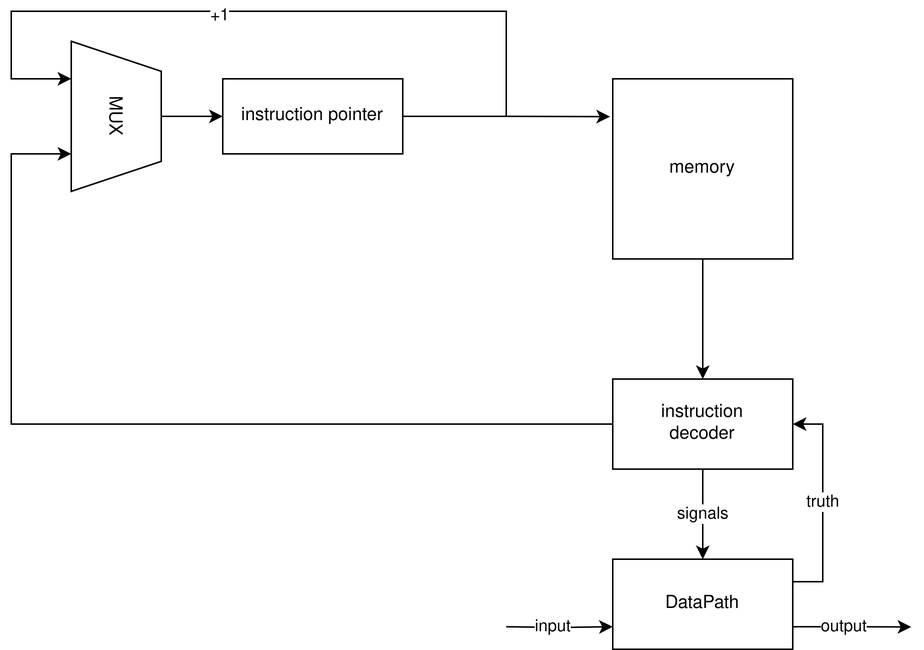
Above: diagrams/controlunit.drawio.png in sultanowskii/drum (draw.io), before the change. Source tidied: cells renumbered, new cells last; positions are measured from the earlier drawing's top-left corner, leaving out a move shared by most shapes.
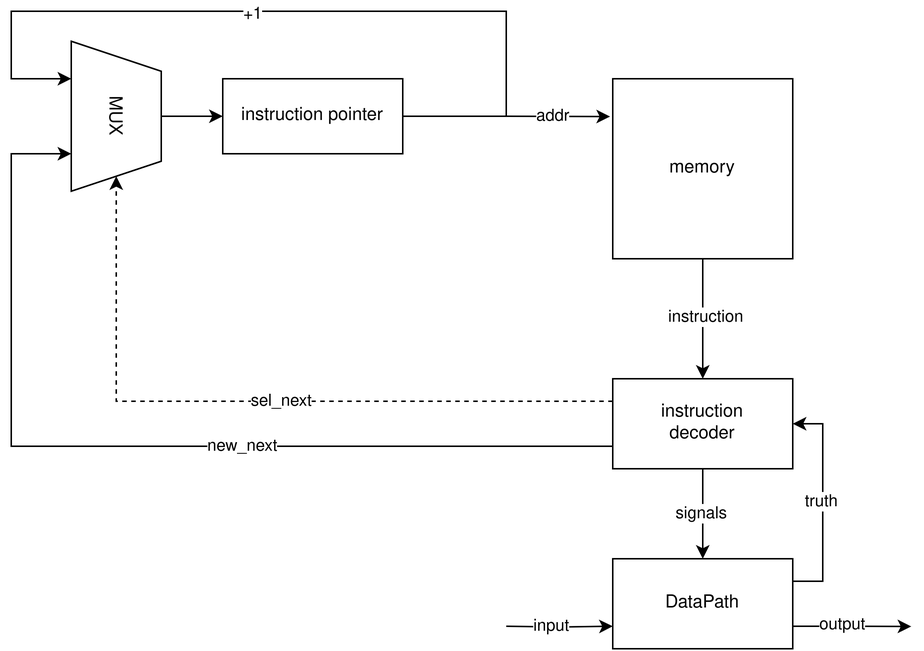
After the commit.

Commit message:
add report, add executed instruction counter, fix tests

What changed in the source:
```diff
@@ -13,7 +13,9 @@
       </mxGeometry>
     </mxCell>
     <mxCell id="3" value="+1" style="edgeLabel;html=1;align=center;verticalAlign=middle;" parent="2" vertex="1">
-      <mxGeometry x="0.2" y="2" relative="1" as="geometry" />
+      <mxGeometry x="0.2" y="2" relative="1" as="geometry">
+        <mxPoint x="22" as="offset" />
+      </mxGeometry>
     </mxCell>
     <mxCell id="4" value="instruction pointer" style="rounded=0;whiteSpace=wrap;html=1;" parent="1" vertex="1">
       <mxGeometry x="141" y="45" width="120" height="50" as="geometry" />
@@ -21,26 +23,41 @@
     <mxCell id="5" style="edgeStyle=orthogonalEdgeStyle;rounded=0;jettySize=auto;html=1;entryX=0.5;entryY=0;entryDx=0;entryDy=0;" parent="1" edge="1" source="6" target="11">
       <mxGeometry relative="1" as="geometry" />
     </mxCell>
+    <mxCell id="21" value="instruction" style="edgeLabel;html=1;align=center;verticalAlign=middle;" parent="5" vertex="1">
+      <mxGeometry x="-0.03" y="2" relative="1" as="geometry" />
+    </mxCell>
     <mxCell id="6" value="memory" style="rounded=0;whiteSpace=wrap;html=1;" parent="1" vertex="1">
       <mxGeometry x="401" y="45" width="120" height="120" as="geometry" />
     </mxCell>
     <mxCell id="7" style="edgeStyle=orthogonalEdgeStyle;rounded=0;jettySize=auto;html=1;entryX=-0.015;entryY=0.21;entryDx=0;entryDy=0;entryPerimeter=0;" parent="1" edge="1" source="4" target="6">
       <mxGeometry relative="1" as="geometry" />
     </mxCell>
+    <mxCell id="22" value="addr" style="edgeLabel;html=1;align=center;verticalAlign=middle;" parent="7" vertex="1">
+      <mxGeometry x="0.44" y="1" relative="1" as="geometry" />
+    </mxCell>
     <mxCell id="8" style="edgeStyle=orthogonalEdgeStyle;rounded=0;jettySize=auto;html=1;entryX=0.5;entryY=0;entryDx=0;entryDy=0;" parent="1" edge="1" source="11" target="16">
       <mxGeometry relative="1" as="geometry" />
     </mxCell>
     <mxCell id="9" value="signals" style="edgeLabel;html=1;align=center;verticalAlign=middle;" parent="8" vertex="1">
       <mxGeometry x="-0.03" y="-1" relative="1" as="geometry" />
     </mxCell>
-    <mxCell id="10" style="edgeStyle=orthogonalEdgeStyle;rounded=0;jettySize=auto;html=1;entryX=0.75;entryY=1;entryDx=0;entryDy=0;" parent="1" edge="1" source="11" target="18">
+    <mxCell id="10" style="edgeStyle=orthogonalEdgeStyle;rounded=0;jettySize=auto;html=1;entryX=0.75;entryY=1;entryDx=0;entryDy=0;exitX=0;exitY=0.75;exitDx=0;exitDy=0;" parent="1" edge="1" source="11" target="18">
       <mxGeometry relative="1" as="geometry">
         <Array as="points">
-          <mxPoint y="275" />
+          <mxPoint y="290" />
           <mxPoint y="95" />
         </Array>
       </mxGeometry>
     </mxCell>
+    <mxCell id="23" value="new_next" style="edgeLabel;html=1;align=center;verticalAlign=middle;" parent="10" vertex="1">
+      <mxGeometry x="-0.22" relative="1" as="geometry" />
+    </mxCell>
+    <mxCell id="24" style="edgeStyle=orthogonalEdgeStyle;rounded=0;jettySize=auto;html=1;exitX=0;exitY=0.25;exitDx=0;exitDy=0;entryX=1;entryY=0.5;entryDx=0;entryDy=0;dashed=1;" parent="1" edge="1" source="11" target="18">
+      <mxGeometry relative="1" as="geometry" />
+    </mxCell>
+    <mxCell id="25" value="sel_next" style="edgeLabel;html=1;align=center;verticalAlign=middle;" parent="24" vertex="1">
+      <mxGeometry x="-0.08" relative="1" as="geometry" />
+    </mxCell>
     <mxCell id="11" value="&lt;div&gt;instruction&lt;/div&gt;&lt;div&gt;decoder&lt;br&gt;&lt;/div&gt;" style="rounded=0;whiteSpace=wrap;html=1;" parent="1" vertex="1">
       <mxGeometry x="401" y="245" width="120" height="60" as="geometry" />
     </mxCell>
```
